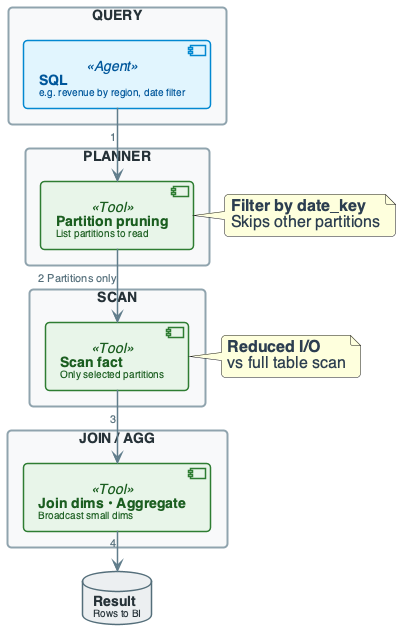
This is diagrams/week05/week5_lecture_slide22_query_flow.png from OrPerets/data-engineering-course, a PlantUML export, as it was before one commit.
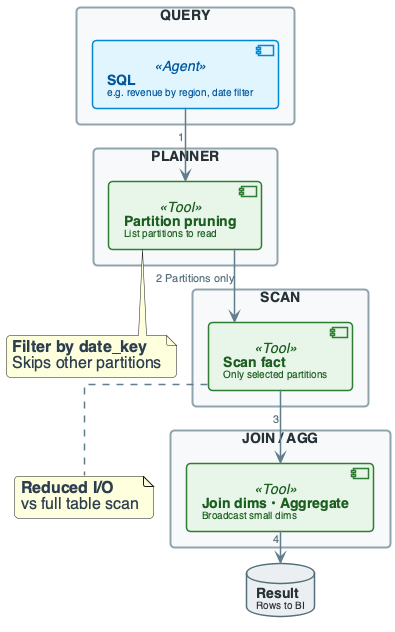
Above is the later version.

The edit, as a diff of the source:
```diff
@@ -5,8 +5,8 @@
 skinparam shadowing false
 skinparam roundcorner 8
 skinparam handwritten false
-skinparam nodesep 30
-skinparam ranksep 40
+skinparam nodesep 24
+skinparam ranksep 28
 
 skinparam defaultFontName "Segoe UI, Helvetica, sans-serif"
 skinparam defaultFontSize 16
@@ -141,7 +141,7 @@
 SCAN1 --> JOIN : "3"
 JOIN --> RESULT : "4"
 
-note right of PRUNE : **Filter by date_key**\nSkips other partitions
-note right of SCAN1 : **Reduced I/O**\nvs full table scan
+note bottom of PRUNE : **Filter by date_key**\nSkips other partitions
+note bottom of SCAN1 : **Reduced I/O**\nvs full table scan
 
 @enduml
```
